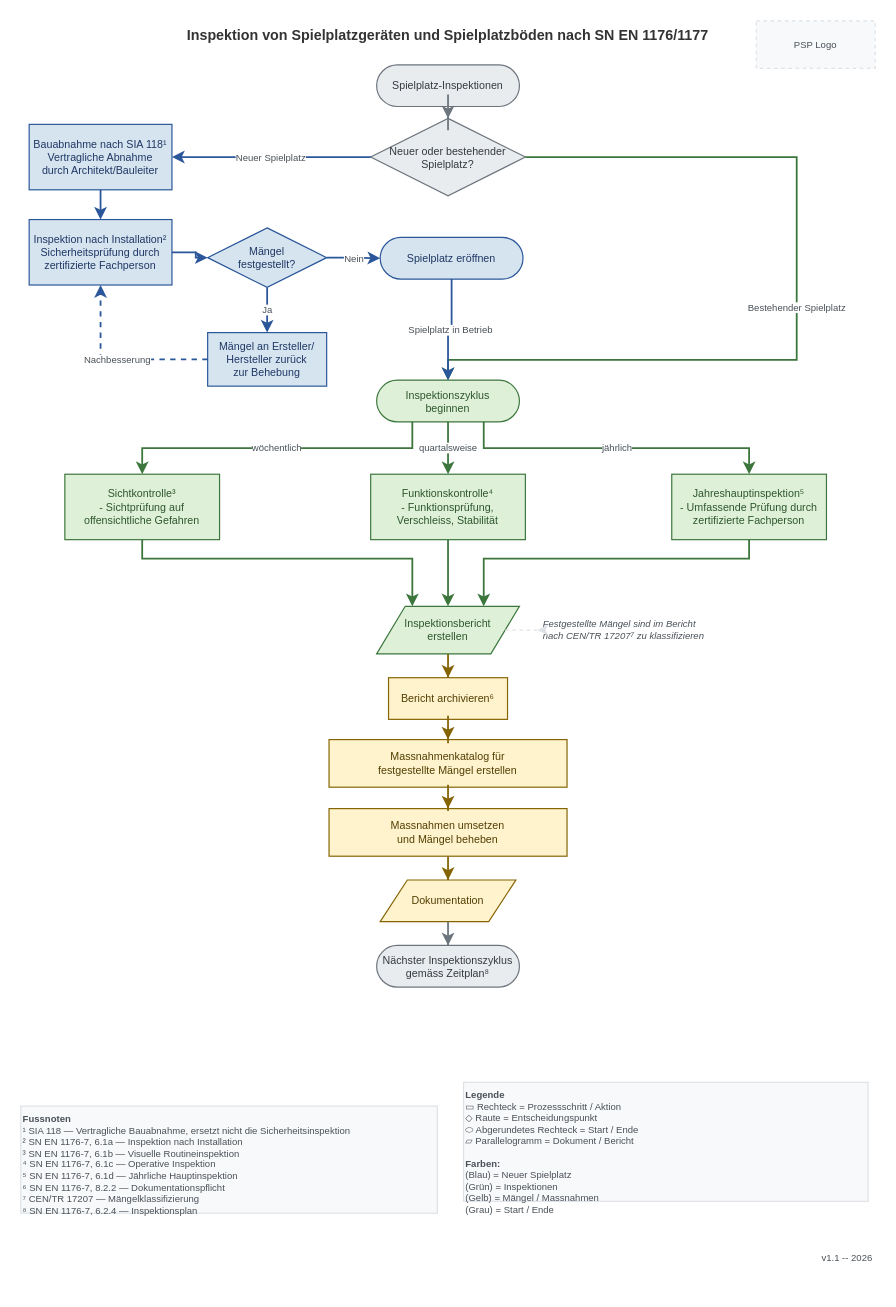
This is Inspektion-von-Spielplatzgeraeten-und-Spielplatzboeden/Spielplatzinspektionen.drawio from giuadora/ch.playsafepro.flowcharts, a draw.io file, before an edit. Source tidied: cells renumbered, new cells numbered last; positions are measured from the earlier drawing's top-left corner, leaving out a move shared by most shapes. Both pictures are drawn from the tidied source at 119%, with x=0, y=0 at pixel (20, 20). Pictures stored in the file or linked from it are replaced by grey dashed boxes.
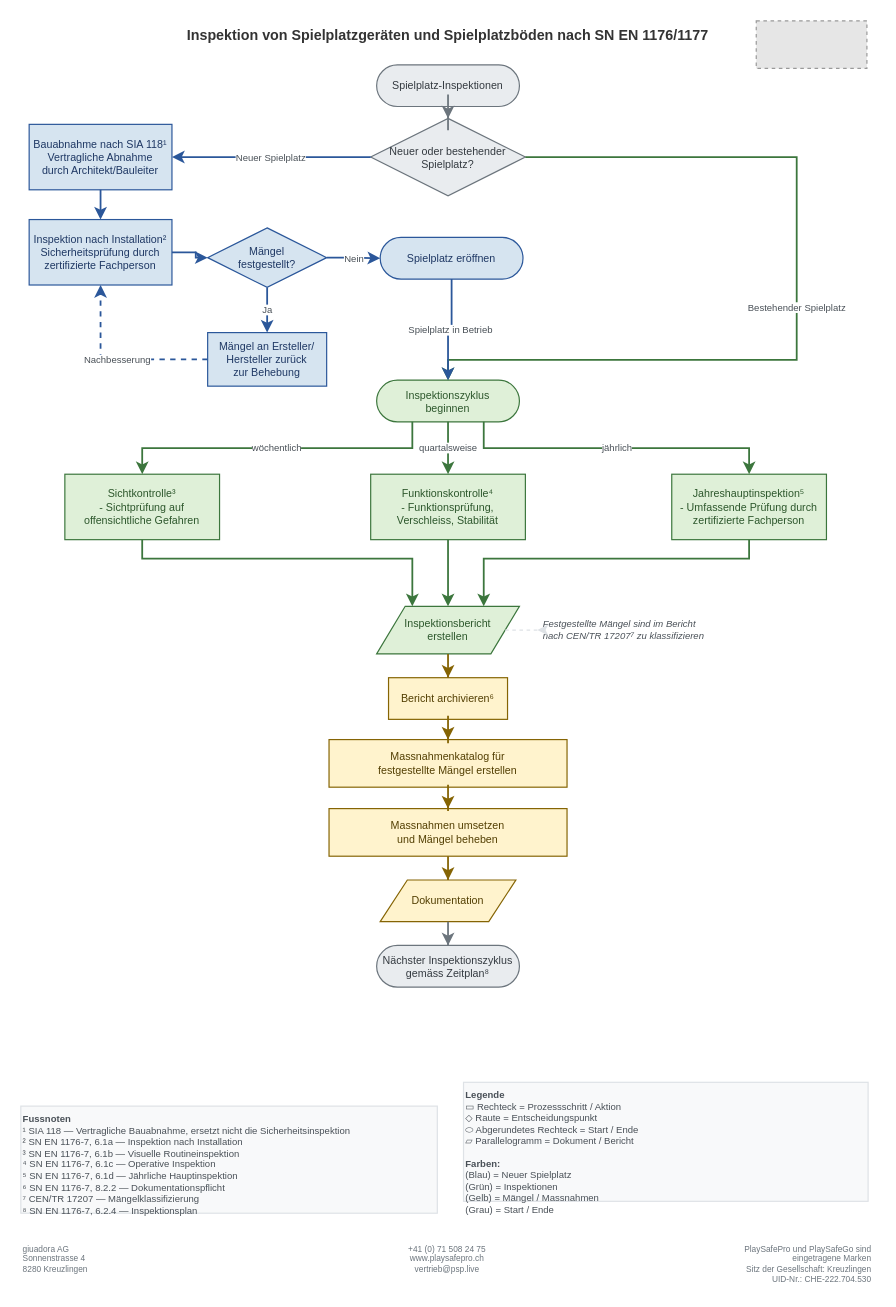
Above is the later version.

Commit message:
feat(06-01): embed PSP logo and add 3-column footer to draw.io diagram

- Replace placeholder brand cell with CDN-sourced PSP logo image
- Remove old v1.1 footer
- Add 3-column footer with company info, contact, and legal text
- Footer positioned at y=1060 below FOOTNOTES/LEGEND boxes
- Logo sized at 93x40 to maintain aspect ratio
- Page dimensions preserved at 794x1123 (A4 portrait)

The edit, as a diff of the source:
```diff
@@
-    <mxCell id="3" value="PSP Logo" style="rounded=0;whiteSpace=wrap;html=1;fillColor=#F8F9FA;strokeColor=#DEE2E6;fontColor=#495057;fontSize=8;fontFamily=Helvetica;align=center;verticalAlign=middle;dashed=1;" parent="1" vertex="1">
-      <mxGeometry x="618" width="100" height="40" as="geometry" />
+    <mxCell id="3" style="fillColor=#E6E6E6;strokeColor=#999999;dashed=1;verticalLabelPosition=bottom;labelBackgroundColor=default;verticalAlign=top;" parent="1" vertex="1">
+      <mxGeometry x="618" width="93" height="40" as="geometry" />
     </mxCell>
-    <mxCell id="4" value="v1.1 -- 2026" style="text;html=1;align=right;verticalAlign=middle;whiteSpace=wrap;fontSize=8;fontFamily=Helvetica;fontColor=#495057;" parent="1" vertex="1">
-      <mxGeometry x="618" y="1032" width="100" height="15" as="geometry" />
-    </mxCell>
+    <mxCell id="46" value="giuadora AG&lt;br&gt;Sonnenstrasse 4&lt;br&gt;8280 Kreuzlingen" style="text;html=1;align=left;verticalAlign=top;whiteSpace=wrap;fontSize=7;fontFamily=Helvetica;fontColor=#6C757D;" parent="1" vertex="1">
+      <mxGeometry y="1022" width="239" height="40" as="geometry" />
+    </mxCell>
+    <mxCell id="47" value="+41 (0) 71 508 24 75&lt;br&gt;www.playsafepro.ch&lt;br&gt;vertrieb@psp.live" style="text;html=1;align=center;verticalAlign=top;whiteSpace=wrap;fontSize=7;fontFamily=Helvetica;fontColor=#6C757D;" parent="1" vertex="1">
+      <mxGeometry x="239" y="1022" width="239" height="40" as="geometry" />
+    </mxCell>
+    <mxCell id="48" value="PlaySafePro und PlaySafeGo sind&lt;br&gt;eingetragene Marken&lt;br&gt;Sitz der Gesellschaft: Kreuzlingen&lt;br&gt;UID-Nr.: CHE-222.704.530" style="text;html=1;align=right;verticalAlign=top;whiteSpace=wrap;fontSize=7;fontFamily=Helvetica;fontColor=#6C757D;" parent="1" vertex="1">
+      <mxGeometry x="478" y="1022" width="239" height="40" as="geometry" />
+    </mxCell>
```
